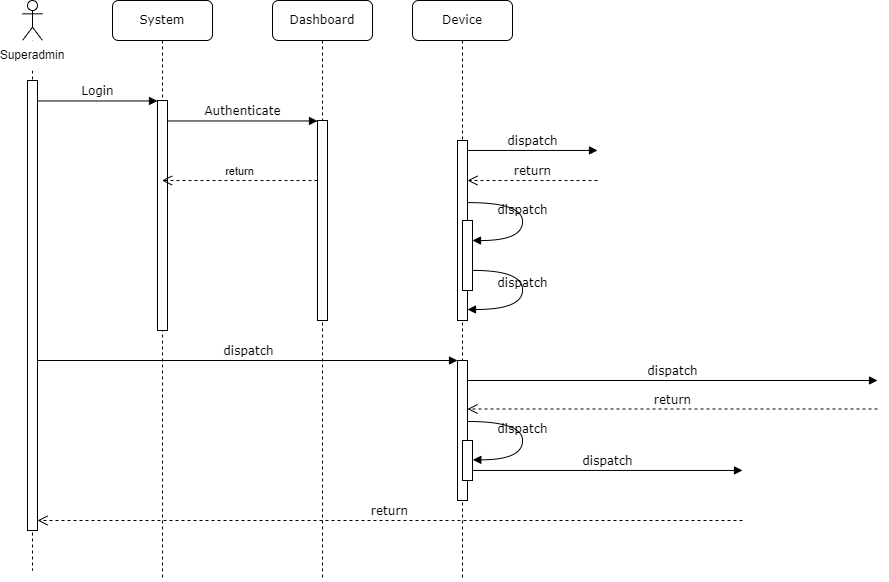
Earlier version of the draw.io export Sequence Diagram_Superadmin.drawio.png (kaisunoo/Acads). Source tidied: cells renumbered, new cells last; positions are measured from the earlier drawing's top-left corner, leaving out a move shared by most shapes.
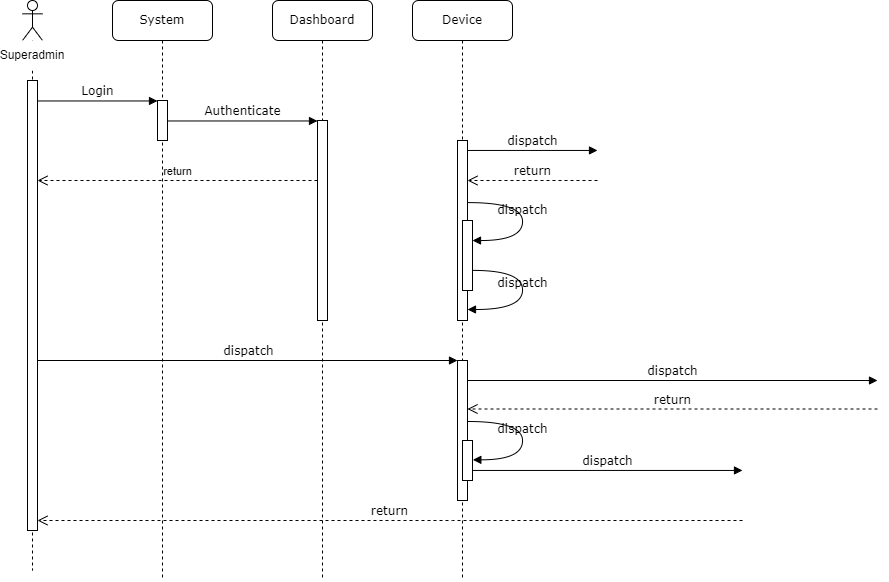
Later version of the same file.

What changed in the source:
```diff
@@ -6,7 +6,7 @@
       <mxGeometry x="110" width="100" height="580" as="geometry" />
     </mxCell>
     <mxCell id="3" style="html=1;points=[];perimeter=orthogonalPerimeter;rounded=0;shadow=0;comic=0;labelBackgroundColor=none;strokeWidth=1;fontFamily=Verdana;fontSize=12;align=center;" parent="2" vertex="1">
-      <mxGeometry x="45" y="100" width="10" height="230" as="geometry" />
+      <mxGeometry x="45" y="100" width="10" height="40" as="geometry" />
     </mxCell>
     <mxCell id="4" value="Dashboard" style="shape=umlLifeline;perimeter=lifelinePerimeter;whiteSpace=wrap;html=1;rounded=1;shadow=0;comic=0;labelBackgroundColor=none;strokeWidth=1;fontFamily=Verdana;fontSize=12;align=center;" parent="1" vertex="1">
       <mxGeometry x="270" width="100" height="580" as="geometry" />
@@ -111,7 +111,7 @@
     <mxCell id="25" value="Superadmin" style="text;strokeColor=none;align=center;fillColor=#FFFFFF;html=1;verticalAlign=middle;whiteSpace=wrap;rounded=0;" parent="1" vertex="1">
       <mxGeometry y="40" width="60" height="30" as="geometry" />
     </mxCell>
-    <mxCell id="26" value="return" style="html=1;verticalAlign=bottom;endArrow=open;dashed=1;endSize=8;curved=0;rounded=0;" parent="1" edge="1" target="2">
+    <mxCell id="26" value="return" style="html=1;verticalAlign=bottom;endArrow=open;dashed=1;endSize=8;curved=0;rounded=0;" parent="1" edge="1" target="24">
       <mxGeometry relative="1" as="geometry">
         <mxPoint x="315" y="180" as="sourcePoint" />
       </mxGeometry>
```
